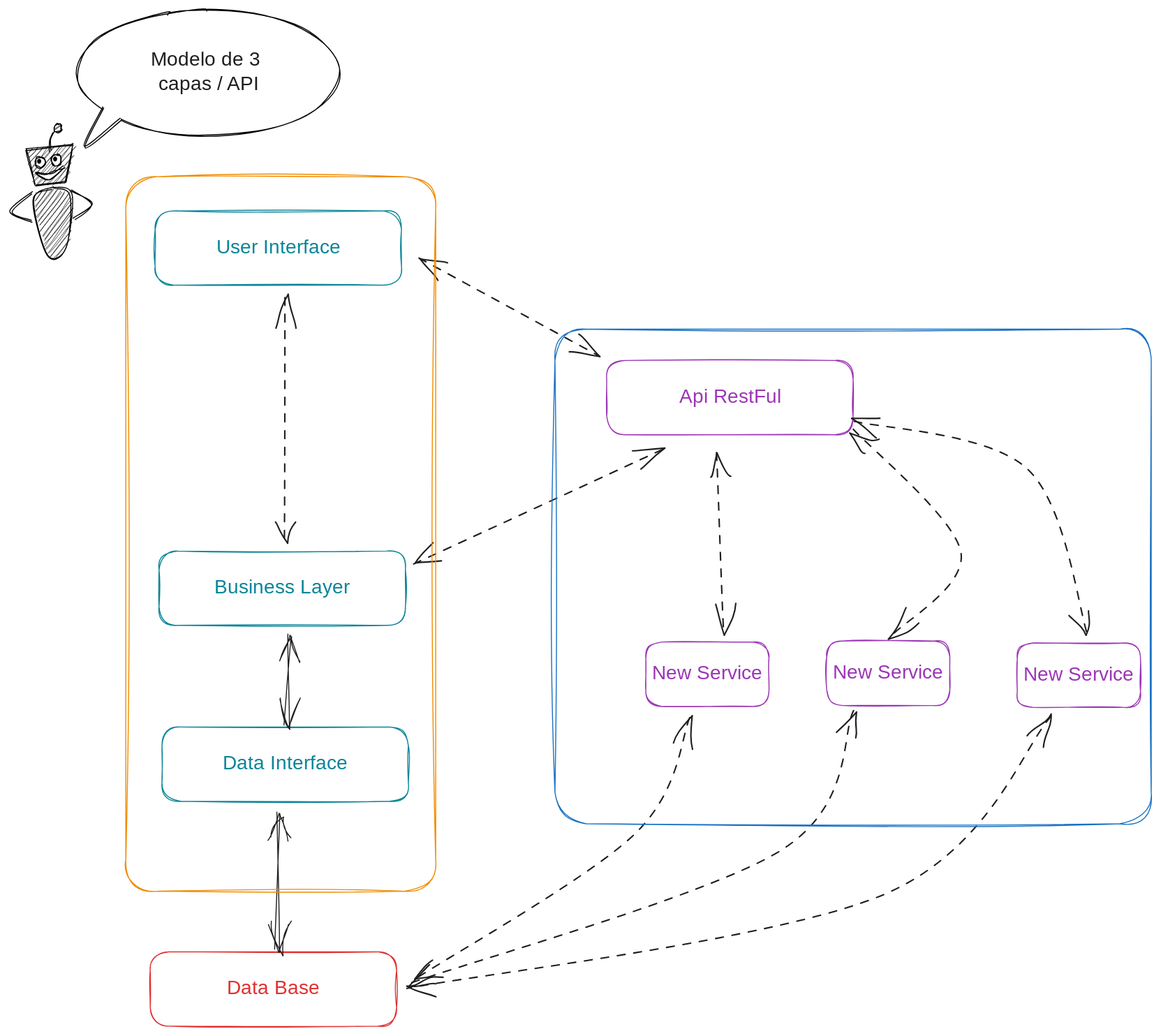
Above: API-Monolitico-Microserver/monolitico.excalidraw.svg in tonporaqui/diagramas (Excalidraw), before the change. Source tidied: one line per element, renumbered; positions are measured from the earlier drawing's top-left corner, leaving out a move shared by most shapes.
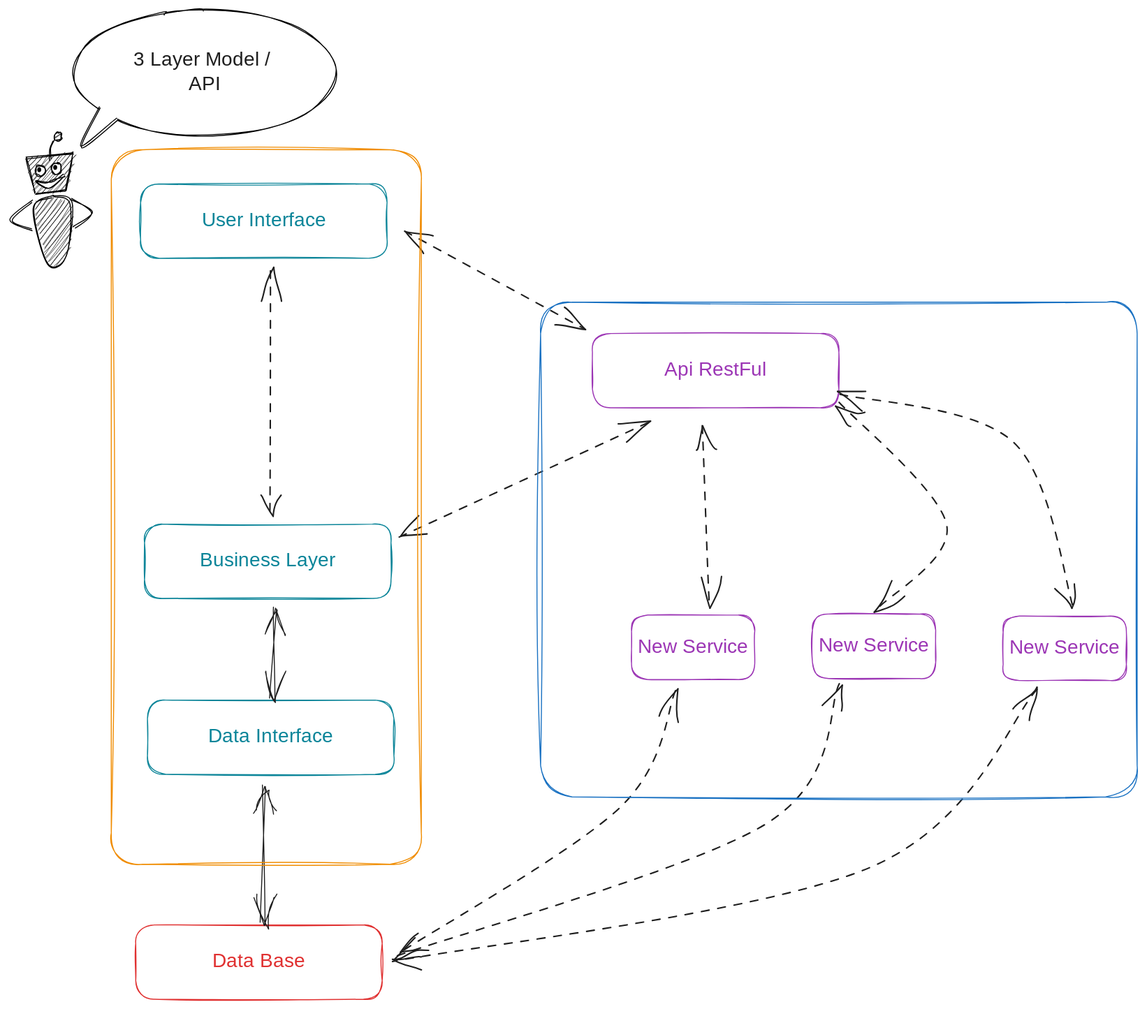
After the change.

Commit message:
Actualizando text

Diff of the diagram source:
```diff
@@ -6,10 +6,10 @@
 {"id": 5, "type": "text", "text": "Data Interface", "strokeColor": "#0c8599", "strokeWidth": 1, "roughness": 1, "fontSize": 20, "fontFamily": 1, "textAlign": "center", "verticalAlign": "middle", "inside": 4, "x": 202, "y": 759, "width": 159, "height": 25}
 {"id": 6, "type": "rectangle", "strokeColor": "#0c8599", "strokeWidth": 1, "roughness": 1, "round": true, "x": 152, "y": 554, "width": 252, "height": 76}
 {"id": 7, "type": "text", "text": "Business Layer", "strokeColor": "#0c8599", "strokeWidth": 1, "roughness": 1, "fontSize": 20, "fontFamily": 1, "textAlign": "center", "verticalAlign": "middle", "inside": 6, "x": 204, "y": 579, "width": 147, "height": 25}
-{"id": 8, "type": "ellipse", "strokeColor": "#000000", "strokeWidth": 1, "roughness": 1, "x": 68, "y": 0, "width": 269, "height": 129}
+{"id": 8, "type": "ellipse", "strokeColor": "#000000", "strokeWidth": 1, "roughness": 1, "x": 79, "y": 28, "width": 269, "height": 129}
-{"id": 9, "type": "text", "text": "Modelo de 3 \ncapas / API", "strokeColor": "#1e1e1e", "strokeWidth": 1, "roughness": 1, "fontSize": 20, "fontFamily": 1, "textAlign": "center", "verticalAlign": "middle", "inside": 8, "x": 137, "y": 39, "width": 131, "height": 50}
+{"id": 9, "type": "text", "text": "3 Layer Model / \nAPI", "strokeColor": "#1e1e1e", "strokeWidth": 1, "roughness": 1, "fontSize": 20, "fontFamily": 1, "textAlign": "center", "verticalAlign": "middle", "inside": 8, "x": 128, "y": 67, "width": 172, "height": 50}
-{"id": 10, "type": "line", "strokeColor": "#fff", "backgroundColor": "#fff", "fillStyle": "solid", "strokeWidth": 1, "roughness": 0, "round": true, "x": 95, "y": 100, "width": 36, "height": 40, "points": [[0, 0], [-19, 40], [17, 13], [0, 0]]}
+{"id": 10, "type": "line", "strokeColor": "#fff", "backgroundColor": "#fff", "fillStyle": "solid", "strokeWidth": 1, "roughness": 0, "round": true, "x": 106, "y": 128, "width": 36, "height": 40, "points": [[0, 0], [-19, 40], [17, 13], [0, 0]]}
-{"id": 11, "type": "line", "strokeColor": "#000000", "strokeWidth": 1, "roughness": 1, "round": true, "x": 94, "y": 101, "width": 37, "height": 40, "points": [[0, 0], [-18, 40], [20, 12]]}
+{"id": 11, "type": "line", "strokeColor": "#000000", "strokeWidth": 1, "roughness": 1, "round": true, "x": 105, "y": 128, "width": 37, "height": 40, "points": [[0, 0], [-18, 40], [20, 12]]}
 {"id": 12, "type": "arrow", "strokeColor": "#1e1e1e", "strokeWidth": 1, "strokeStyle": "dashed", "roughness": 1, "startArrowhead": "arrow", "endArrowhead": "arrow", "round": true, "from": 6, "to": 13, "x": 412, "y": 568, "width": 256, "height": 118, "points": [[0, 0], [256, -118]]}
 {"id": 13, "type": "rectangle", "strokeColor": "#9c36b5", "strokeWidth": 1, "roughness": 1, "round": true, "x": 610, "y": 359, "width": 252, "height": 76}
 {"id": 14, "type": "text", "text": "Api RestFul", "strokeColor": "#9c36b5", "strokeWidth": 1, "roughness": 1, "fontSize": 20, "fontFamily": 1, "textAlign": "center", "verticalAlign": "middle", "inside": 13, "x": 680, "y": 384, "width": 112, "height": 25}
@@ -31,14 +31,14 @@
 {"id": 30, "type": "arrow", "strokeColor": "#1e1e1e", "strokeWidth": 1, "roughness": 2, "startArrowhead": "arrow", "endArrowhead": "arrow", "round": true, "from": 4, "to": 2, "x": 275, "y": 821, "width": 2, "height": 141, "points": [[0, 0], [-2, 141]]}
 {"id": 31, "type": "rectangle", "strokeColor": "#f08c00", "strokeWidth": 1, "roughness": 2, "round": true, "x": 118, "y": 171, "width": 317, "height": 731}
 {"id": 32, "type": "rectangle", "strokeColor": "#1971c2", "strokeWidth": 1, "roughness": 2, "round": true, "x": 557, "y": 327, "width": 610, "height": 506}
-{"id": 33, "type": "line", "strokeColor": "#000000", "backgroundColor": "#000000", "fillStyle": "hachure", "strokeWidth": 1, "roughness": 1, "x": 17, "y": 142, "width": 47, "height": 42, "points": [[0, 0], [8, 37], [39, 34], [47, -5], [0, 0]]}
+{"id": 33, "type": "line", "strokeColor": "#000000", "backgroundColor": "#000000", "fillStyle": "hachure", "strokeWidth": 1, "roughness": 1, "x": 32, "y": 179, "width": 47, "height": 42, "points": [[0, 0], [8, 37], [39, 34], [47, -5], [0, 0]]}
-{"id": 34, "type": "line", "strokeColor": "#000000", "angle": 0.41, "backgroundColor": "#000000", "fillStyle": "hachure", "strokeWidth": 1, "roughness": 1, "round": true, "x": 44, "y": 144, "width": 4, "height": 19, "points": [[0, 0], [-4, -10], [-3, -19]]}
+{"id": 34, "type": "line", "strokeColor": "#000000", "angle": 0.41, "backgroundColor": "#000000", "fillStyle": "hachure", "strokeWidth": 1, "roughness": 1, "round": true, "x": 59, "y": 180, "width": 4, "height": 19, "points": [[0, 0], [-4, -10], [-3, -19]]}
-{"id": 35, "type": "ellipse", "strokeColor": "#000000", "angle": 6.58, "backgroundColor": "#000000", "fillStyle": "hachure", "strokeWidth": 1, "roughness": 1, "x": 45, "y": 116, "width": 7, "height": 9}
+{"id": 35, "type": "ellipse", "strokeColor": "#000000", "angle": 6.58, "backgroundColor": "#000000", "fillStyle": "hachure", "strokeWidth": 1, "roughness": 1, "x": 60, "y": 153, "width": 7, "height": 9}
-{"id": 36, "type": "line", "strokeColor": "#000000", "angle": 6.21, "backgroundColor": "#000000", "fillStyle": "hachure", "strokeWidth": 1, "roughness": 1, "round": true, "x": 47, "y": 182, "width": 39, "height": 69, "points": [[0, 0], [17, 9], [8, 62], [-11, 68], [-23, 10], [-1, -1]]}
+{"id": 36, "type": "line", "strokeColor": "#000000", "angle": 6.21, "backgroundColor": "#000000", "fillStyle": "hachure", "strokeWidth": 1, "roughness": 1, "round": true, "x": 62, "y": 219, "width": 39, "height": 69, "points": [[0, 0], [17, 9], [8, 62], [-11, 68], [-23, 10], [-1, -1]]}
-{"id": 37, "type": "line", "strokeColor": "#000000", "angle": 0.13, "backgroundColor": "#000000", "fillStyle": "hachure", "strokeWidth": 1, "roughness": 1, "round": true, "x": 60, "y": 186, "width": 23, "height": 29, "points": [[0, 0], [23, 11], [7, 29]]}
+{"id": 37, "type": "line", "strokeColor": "#000000", "angle": 0.13, "backgroundColor": "#000000", "fillStyle": "hachure", "strokeWidth": 1, "roughness": 1, "round": true, "x": 75, "y": 222, "width": 23, "height": 29, "points": [[0, 0], [23, 11], [7, 29]]}
-{"id": 38, "type": "line", "strokeColor": "#000000", "angle": 6.08, "backgroundColor": "#000000", "fillStyle": "hachure", "strokeWidth": 1, "roughness": 1, "round": true, "x": 25, "y": 189, "width": 25, "height": 29, "points": [[0, 0], [-25, 15], [-7, 29]]}
+{"id": 38, "type": "line", "strokeColor": "#000000", "angle": 6.08, "backgroundColor": "#000000", "fillStyle": "hachure", "strokeWidth": 1, "roughness": 1, "round": true, "x": 40, "y": 225, "width": 25, "height": 29, "points": [[0, 0], [-25, 15], [-7, 29]]}
-{"id": 39, "type": "line", "strokeColor": "#000000", "backgroundColor": "#ffffff", "fillStyle": "solid", "strokeWidth": 1, "roughness": 1, "round": true, "x": 55, "y": 160, "width": 29, "height": 14, "points": [[0, 0], [-12, 6], [-19, 8], [-29, 7], [-16, 14], [0, 2]]}
+{"id": 39, "type": "line", "strokeColor": "#000000", "backgroundColor": "#ffffff", "fillStyle": "solid", "strokeWidth": 1, "roughness": 1, "round": true, "x": 70, "y": 196, "width": 29, "height": 14, "points": [[0, 0], [-12, 6], [-19, 8], [-29, 7], [-16, 14], [0, 2]]}
-{"id": 40, "type": "ellipse", "strokeColor": "#000000", "backgroundColor": "#ffffff", "fillStyle": "solid", "strokeWidth": 1, "roughness": 1, "x": 25, "y": 150, "width": 10, "height": 11}
+{"id": 40, "type": "ellipse", "strokeColor": "#000000", "backgroundColor": "#ffffff", "fillStyle": "solid", "strokeWidth": 1, "roughness": 1, "x": 40, "y": 186, "width": 10, "height": 11}
-{"id": 41, "type": "ellipse", "strokeColor": "#000000", "backgroundColor": "#000000", "fillStyle": "solid", "strokeWidth": 1, "roughness": 0, "x": 28, "y": 153, "width": 3, "height": 4}
+{"id": 41, "type": "ellipse", "strokeColor": "#000000", "backgroundColor": "#000000", "fillStyle": "solid", "strokeWidth": 1, "roughness": 0, "x": 43, "y": 189, "width": 3, "height": 4}
-{"id": 42, "type": "ellipse", "strokeColor": "#000000", "backgroundColor": "#ffffff", "fillStyle": "solid", "strokeWidth": 1, "roughness": 1, "x": 42, "y": 148, "width": 10, "height": 11}
+{"id": 42, "type": "ellipse", "strokeColor": "#000000", "backgroundColor": "#ffffff", "fillStyle": "solid", "strokeWidth": 1, "roughness": 1, "x": 57, "y": 184, "width": 10, "height": 11}
-{"id": 43, "type": "ellipse", "strokeColor": "#000000", "backgroundColor": "#000000", "fillStyle": "solid", "strokeWidth": 1, "roughness": 0, "x": 44, "y": 150, "width": 3, "height": 4}
+{"id": 43, "type": "ellipse", "strokeColor": "#000000", "backgroundColor": "#000000", "fillStyle": "solid", "strokeWidth": 1, "roughness": 0, "x": 59, "y": 187, "width": 3, "height": 4}
```
